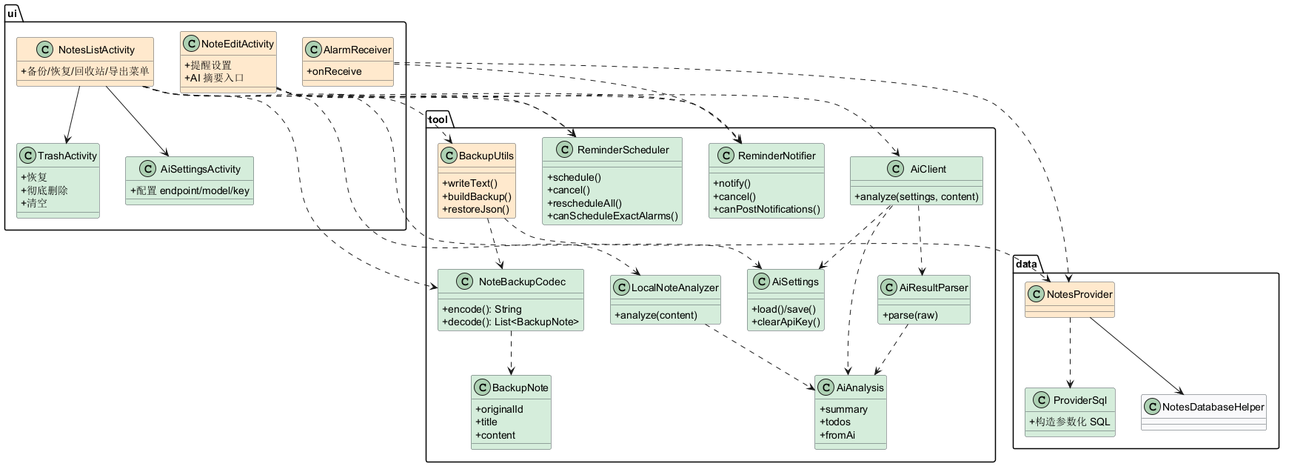
This is docs/uml/class_after.png from sys-analysis-design-team/micode-notes-maintenance, a PlantUML export, as it was before one commit.
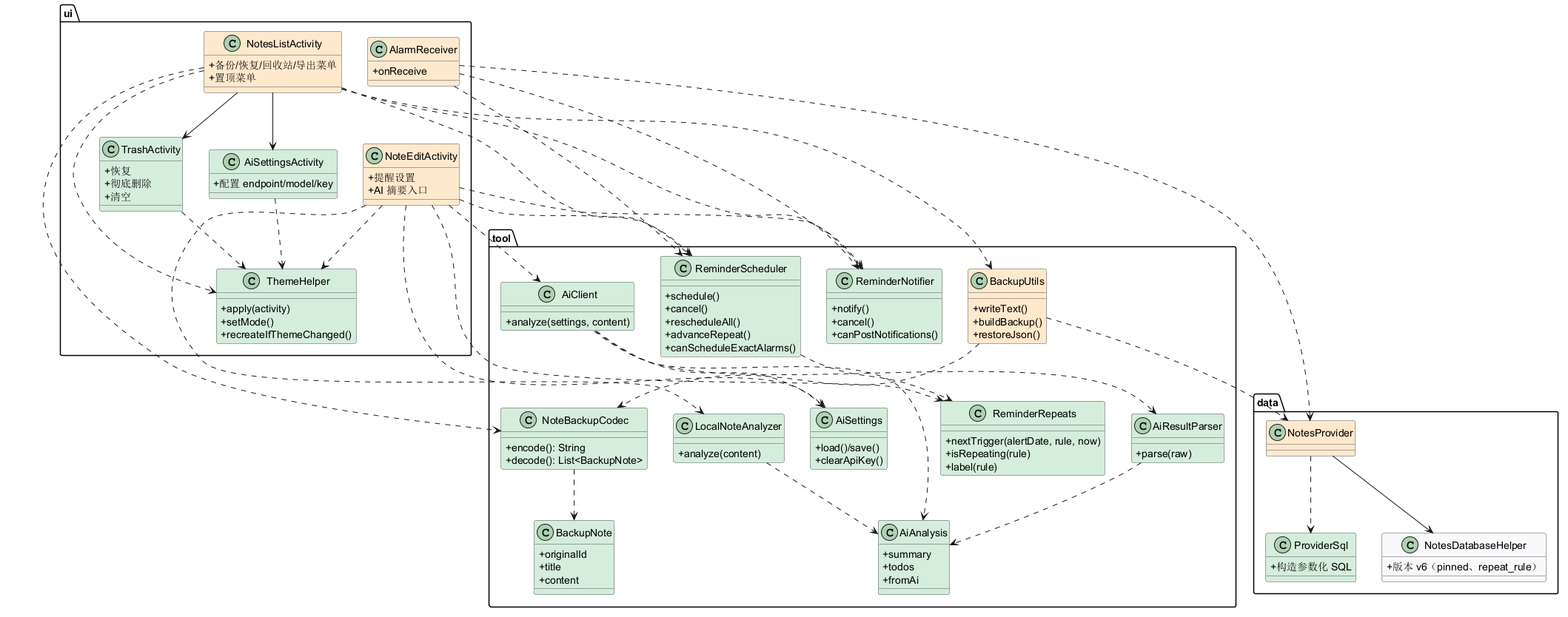
Above is the later version.

The edit, as a diff of the source:
```diff
@@ -8,6 +8,7 @@
 package "ui" {
   class NotesListActivity #FFE8CC {
     +备份/恢复/回收站/导出菜单
+    +置顶菜单
   }
   class NoteEditActivity #FFE8CC {
     +提醒设置
@@ -20,6 +21,11 @@
   }
   class AiSettingsActivity #D4EDDA {
     +配置 endpoint/model/key
+  }
+  class ThemeHelper #D4EDDA {
+    +apply(activity)
+    +setMode()
+    +recreateIfThemeChanged()
   }
   class AlarmReceiver #FFE8CC {
     +onReceive
@@ -45,7 +51,13 @@
     +schedule()
     +cancel()
     +rescheduleAll()
+    +advanceRepeat()
     +canScheduleExactAlarms()
+  }
+  class ReminderRepeats #D4EDDA {
+    +nextTrigger(alertDate, rule, now)
+    +isRepeating(rule)
+    +label(rule)
   }
   class ReminderNotifier #D4EDDA {
     +notify()
@@ -77,7 +89,9 @@
   class ProviderSql #D4EDDA {
     +构造参数化 SQL
   }
-  class NotesDatabaseHelper
+  class NotesDatabaseHelper {
+    +版本 v6（pinned、repeat_rule）
+  }
 }
 
 NotesListActivity --> TrashActivity
@@ -86,14 +100,21 @@
 NotesListActivity ..> NoteBackupCodec
 NotesListActivity ..> ReminderScheduler
 NotesListActivity ..> ReminderNotifier
+NotesListActivity ..> ThemeHelper
+NoteEditActivity ..> ThemeHelper
+TrashActivity ..> ThemeHelper
+AiSettingsActivity ..> ThemeHelper
 
 NoteEditActivity ..> AiClient
 NoteEditActivity ..> AiSettings
 NoteEditActivity ..> LocalNoteAnalyzer
 NoteEditActivity ..> ReminderScheduler
 NoteEditActivity ..> ReminderNotifier
+NoteEditActivity ..> ReminderRepeats
 
+ReminderScheduler ..> ReminderRepeats
 AlarmReceiver ..> ReminderNotifier
+AlarmReceiver ..> ReminderScheduler
 AlarmReceiver ..> NotesProvider
 
 AiClient ..> AiSettings
```
